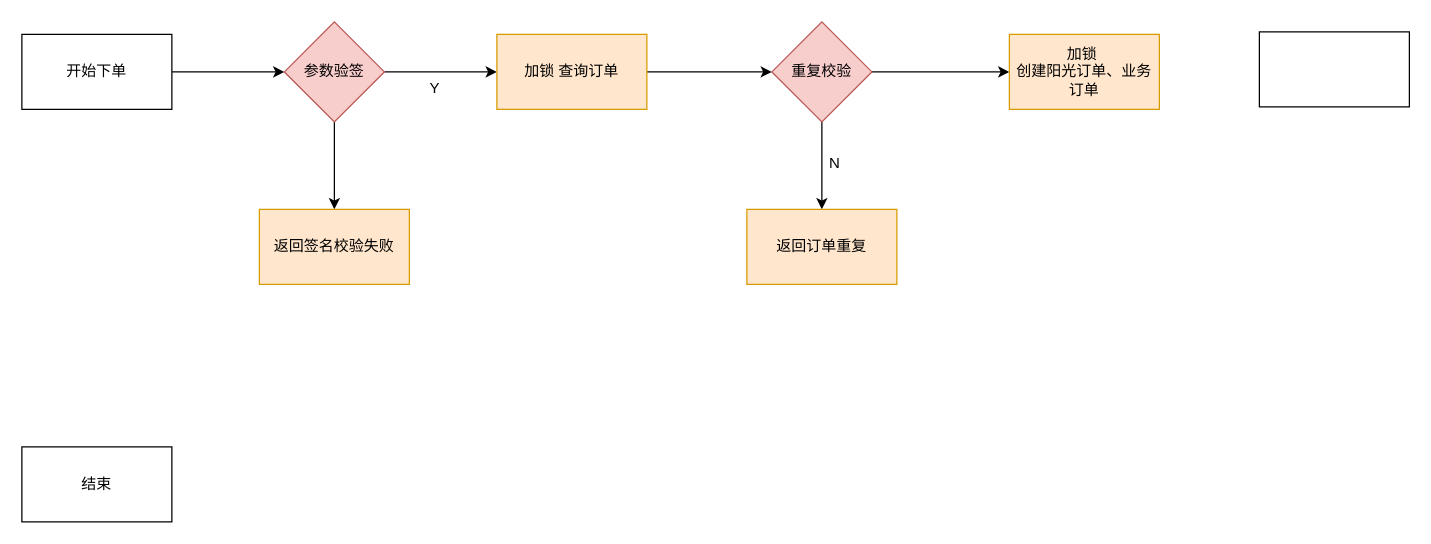
The draw.io diagram 阳光下单概设.drawio in Jie33/draw, before the edit. Source tidied: cells renumbered, new cells numbered last; positions are measured from the earlier drawing's top-left corner, leaving out a move shared by most shapes. Both pictures are drawn from the tidied source at 125%, with x=0, y=0 at pixel (21, 21).
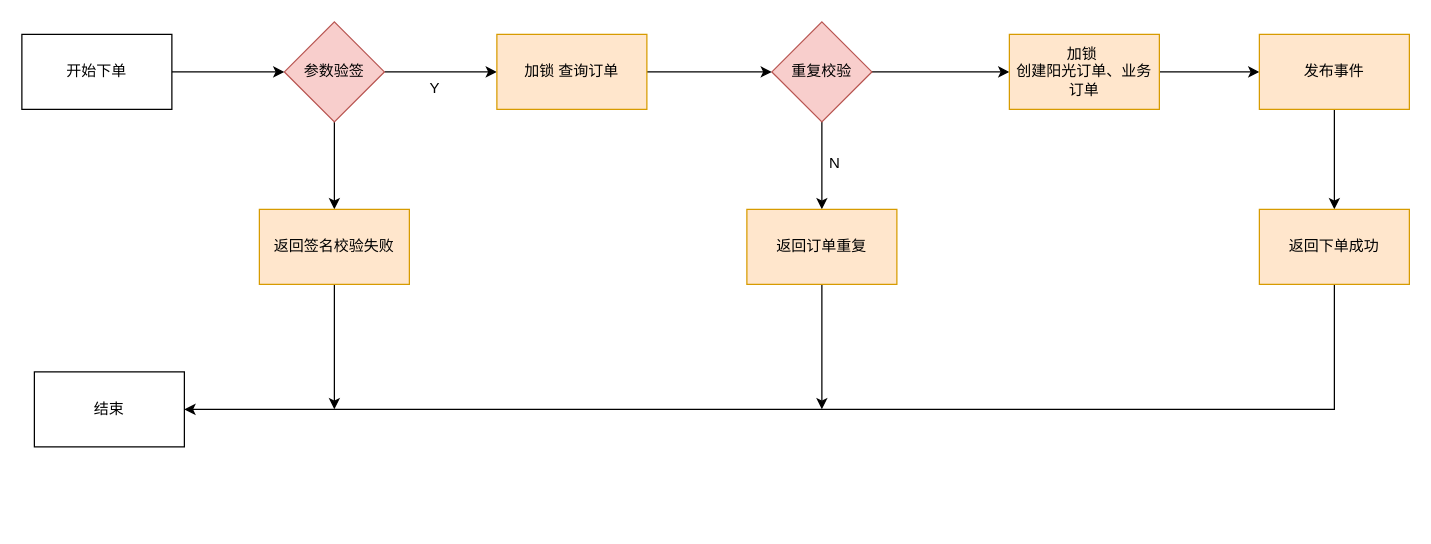
Above is the later version.

Commit message (it also covers changes not shown here):
更新阳光下单概设.drawio

Unchanged cells that the change refers to:
```xml
<mxCell id="13" value="重复校验" style="rhombus;whiteSpace=wrap;html=1;fillColor=#f8cecc;strokeColor=#b85450;" parent="1" vertex="1">
  <mxGeometry x="600" width="80" height="80" as="geometry" />
</mxCell>
<mxCell id="14" value="返回订单重复" style="rounded=0;whiteSpace=wrap;html=1;fillColor=#ffe6cc;strokeColor=#d79b00;" parent="1" vertex="1">
  <mxGeometry x="580" y="150" width="120" height="60" as="geometry" />
</mxCell>
<mxCell id="18" value="返回签名校验失败" style="rounded=0;whiteSpace=wrap;html=1;fillColor=#ffe6cc;strokeColor=#d79b00;" parent="1" vertex="1">
  <mxGeometry x="190" y="150" width="120" height="60" as="geometry" />
</mxCell>
```

Diff of the diagram source:
```diff
@@
     <mxCell id="7" value="结束" style="rounded=0;whiteSpace=wrap;html=1;" parent="1" vertex="1">
-      <mxGeometry y="340" width="120" height="60" as="geometry" />
+      <mxGeometry x="10" y="280" width="120" height="60" as="geometry" />
     </mxCell>
@@
-    <mxCell id="12" style="edgeStyle=orthogonalEdgeStyle;rounded=0;jettySize=auto;html=1;" parent="1" edge="1" source="13" target="16">
-      <mxGeometry relative="1" as="geometry" />
+    <mxCell id="12" style="edgeStyle=orthogonalEdgeStyle;rounded=0;jettySize=auto;html=1;" parent="1" edge="1" source="13">
+      <mxGeometry relative="1" as="geometry">
+        <mxPoint x="790" y="40" as="targetPoint" />
+      </mxGeometry>
     </mxCell>
@@
+    <mxCell id="19" style="rounded=0;jettySize=auto;html=1;" parent="1" edge="1" source="14">
+      <mxGeometry relative="1" as="geometry">
+        <mxPoint x="640" y="310" as="targetPoint" />
+      </mxGeometry>
+    </mxCell>
@@
-    <mxCell id="16" value="加锁&amp;nbsp;&lt;div&gt;创建阳光订单&lt;span style=&quot;background-color: initial;&quot;&gt;、业务订单&lt;/span&gt;&lt;/div&gt;" style="rounded=0;whiteSpace=wrap;html=1;fillColor=#ffe6cc;strokeColor=#d79b00;" parent="1" vertex="1">
-      <mxGeometry x="790" y="10" width="120" height="60" as="geometry" />
-    </mxCell>
+    <mxCell id="20" style="rounded=0;jettySize=auto;html=1;" parent="1" edge="1" source="17" target="23">
+      <mxGeometry relative="1" as="geometry" />
+    </mxCell>
-    <mxCell id="17" style="rounded=0;whiteSpace=wrap;html=1;" parent="1" vertex="1">
-      <mxGeometry x="990" y="8" width="120" height="60" as="geometry" />
+    <mxCell id="17" value="加锁&amp;nbsp;&lt;div&gt;创建阳光订单&lt;span style=&quot;background-color: initial;&quot;&gt;、业务订单&lt;/span&gt;&lt;/div&gt;" style="rounded=0;whiteSpace=wrap;html=1;fillColor=#ffe6cc;strokeColor=#d79b00;" parent="1" vertex="1">
+      <mxGeometry x="790" y="10" width="120" height="60" as="geometry" />
     </mxCell>
+    <mxCell id="21" style="rounded=0;jettySize=auto;html=1;" parent="1" edge="1" source="18">
+      <mxGeometry relative="1" as="geometry">
+        <mxPoint x="250" y="310" as="targetPoint" />
+      </mxGeometry>
+    </mxCell>
@@
+    <mxCell id="22" style="rounded=0;jettySize=auto;html=1;" parent="1" edge="1" source="23" target="25">
+      <mxGeometry relative="1" as="geometry" />
+    </mxCell>
+    <mxCell id="23" value="发布事件" style="whiteSpace=wrap;html=1;fillColor=#ffe6cc;strokeColor=#d79b00;rounded=0;" parent="1" vertex="1">
+      <mxGeometry x="990" y="10" width="120" height="60" as="geometry" />
+    </mxCell>
+    <mxCell id="24" style="edgeStyle=orthogonalEdgeStyle;rounded=0;jettySize=auto;html=1;entryX=1;entryY=0.5;entryDx=0;entryDy=0;elbow=vertical;exitX=0.5;exitY=1;exitDx=0;exitDy=0;" parent="1" edge="1" source="25" target="7">
+      <mxGeometry relative="1" as="geometry" />
+    </mxCell>
+    <mxCell id="25" value="返回下单成功" style="rounded=0;whiteSpace=wrap;html=1;fillColor=#ffe6cc;strokeColor=#d79b00;" parent="1" vertex="1">
+      <mxGeometry x="990" y="150" width="120" height="60" as="geometry" />
+    </mxCell>
```
